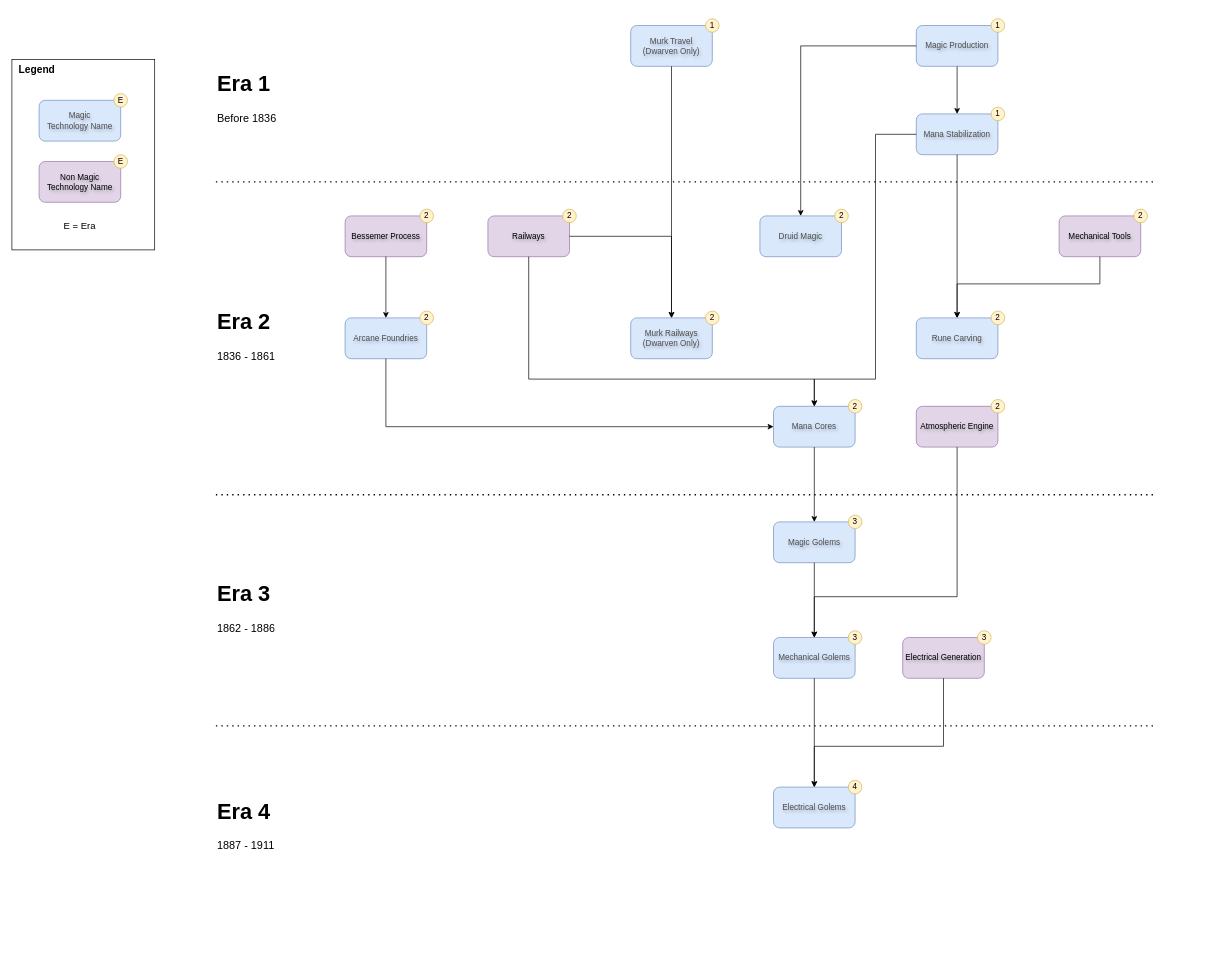
This is documentation/TECH_TREE_PRODUCTION.drawio from kaiser-chris/gate-mod, a draw.io file, before an edit. Source tidied: cells renumbered, new cells numbered last; positions are measured from the earlier drawing's top-left corner, leaving out a move shared by most shapes. Both pictures are drawn from the tidied source at 68%, with x=0, y=0 at pixel (12, 18).
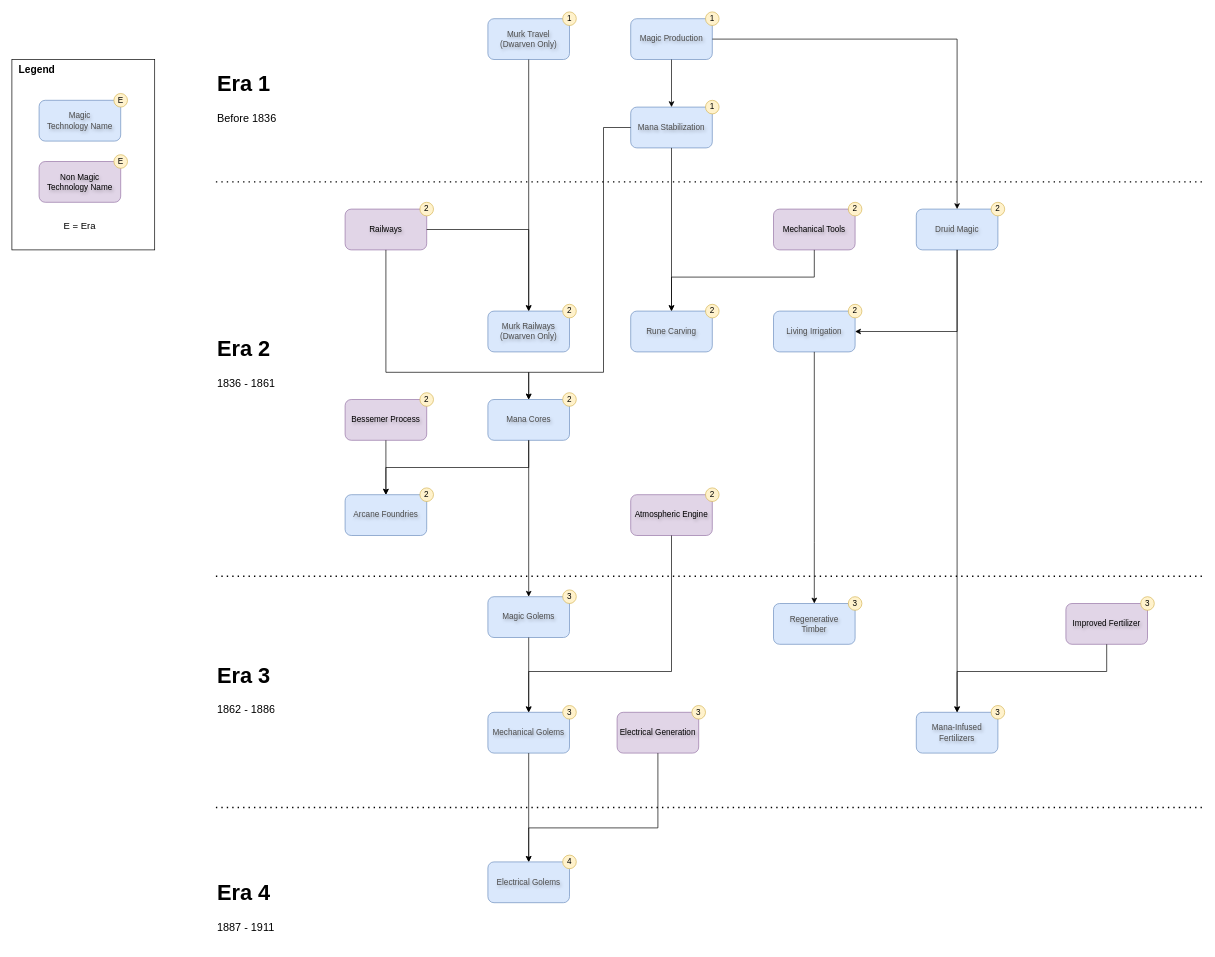
After the change.

Commit message (it also covers changes not shown here):
Added missing mana propagation to Crete

The change refers to these unchanged cells:
```xml
<mxCell id="7" value="Mana Stabilization" style="rounded=1;whiteSpace=wrap;html=1;fillColor=#dae8fc;strokeColor=#6c8ebf;textShadow=1;fontColor=light-dark(#4D4D4D, #000000);" parent="6" vertex="1">
  <mxGeometry y="10" width="120" height="60" as="geometry" />
</mxCell>
<mxCell id="10" value="Rune Carving" style="rounded=1;whiteSpace=wrap;html=1;fillColor=#dae8fc;strokeColor=#6c8ebf;textShadow=1;fontColor=light-dark(#4D4D4D, #000000);" parent="9" vertex="1">
  <mxGeometry y="10" width="120" height="60" as="geometry" />
</mxCell>
<mxCell id="13" value="Druid Magic" style="rounded=1;whiteSpace=wrap;html=1;fillColor=#dae8fc;strokeColor=#6c8ebf;textShadow=1;fontColor=light-dark(#4D4D4D, #000000);" parent="12" vertex="1">
  <mxGeometry y="10" width="120" height="60" as="geometry" />
</mxCell>
<mxCell id="16" value="Mana Cores" style="rounded=1;whiteSpace=wrap;html=1;fillColor=#dae8fc;strokeColor=#6c8ebf;textShadow=1;fontColor=light-dark(#4D4D4D, #000000);" parent="15" vertex="1">
  <mxGeometry y="10" width="120" height="60" as="geometry" />
</mxCell>
<mxCell id="22" value="Mechanical Golems" style="rounded=1;whiteSpace=wrap;html=1;fillColor=#dae8fc;strokeColor=#6c8ebf;textShadow=1;fontColor=light-dark(#4D4D4D, #000000);" parent="21" vertex="1">
  <mxGeometry y="10" width="120" height="60" as="geometry" />
</mxCell>
<mxCell id="28" value="Electrical Golems" style="rounded=1;whiteSpace=wrap;html=1;fillColor=#dae8fc;strokeColor=#6c8ebf;textShadow=1;fontColor=light-dark(#4D4D4D, #000000);" parent="27" vertex="1">
  <mxGeometry y="10" width="120" height="60" as="geometry" />
</mxCell>
<mxCell id="33" value="Mechanical Tools" style="rounded=1;whiteSpace=wrap;html=1;fillColor=#e1d5e7;strokeColor=#9673a6;textShadow=1;fontColor=#000000;" parent="32" vertex="1">
  <mxGeometry y="10" width="120" height="60" as="geometry" />
</mxCell>
<mxCell id="42" value="Railways" style="rounded=1;whiteSpace=wrap;html=1;fillColor=#e1d5e7;strokeColor=#9673a6;textShadow=1;fontColor=#000000;" parent="41" vertex="1">
  <mxGeometry y="10" width="120" height="60" as="geometry" />
</mxCell>
<mxCell id="50" value="Atmospheric Engine" style="rounded=1;whiteSpace=wrap;html=1;fillColor=#e1d5e7;strokeColor=#9673a6;textShadow=1;fontColor=#000000;" parent="49" vertex="1">
  <mxGeometry y="10" width="120" height="60" as="geometry" />
</mxCell>
<mxCell id="55" value="Electrical Generation" style="rounded=1;whiteSpace=wrap;html=1;fillColor=#e1d5e7;strokeColor=#9673a6;textShadow=1;fontColor=#000000;" parent="54" vertex="1">
  <mxGeometry y="10" width="120" height="60" as="geometry" />
</mxCell>
<mxCell id="68" value="Arcane Foundries" style="rounded=1;whiteSpace=wrap;html=1;fillColor=#dae8fc;strokeColor=#6c8ebf;textShadow=1;fontColor=light-dark(#4D4D4D, #000000);" parent="67" vertex="1">
  <mxGeometry y="10" width="120" height="60" as="geometry" />
</mxCell>
```

What changed in the source:
```diff
@@
     <mxCell id="3" style="group;" parent="1" vertex="1">
-      <mxGeometry x="1330" width="130" height="70" as="geometry" />
+      <mxGeometry x="910" y="-10" width="130" height="70" as="geometry" />
     </mxCell>
@@
     <mxCell id="6" style="group;" parent="1" vertex="1">
-      <mxGeometry x="1330" y="130" width="130" height="70" as="geometry" />
+      <mxGeometry x="910" y="120" width="130" height="70" as="geometry" />
     </mxCell>
@@
     <mxCell id="9" style="group;" parent="1" vertex="1">
-      <mxGeometry x="1330" y="430" width="130" height="70" as="geometry" />
+      <mxGeometry x="910" y="420" width="130" height="70" as="geometry" />
     </mxCell>
@@
     <mxCell id="12" style="group;" parent="1" vertex="1">
-      <mxGeometry x="1100" y="280" width="130" height="70" as="geometry" />
+      <mxGeometry x="1330" y="270" width="130" height="70" as="geometry" />
     </mxCell>
@@
     <mxCell id="15" style="group;" parent="1" vertex="1">
-      <mxGeometry x="1120" y="560" width="130" height="70" as="geometry" />
+      <mxGeometry x="700" y="550" width="130" height="70" as="geometry" />
     </mxCell>
@@
     <mxCell id="18" style="group;" parent="1" vertex="1">
-      <mxGeometry x="910" y="430" width="130" height="70" as="geometry" />
+      <mxGeometry x="700" y="420" width="130" height="70" as="geometry" />
     </mxCell>
@@
     <mxCell id="21" style="group;" parent="1" vertex="1">
-      <mxGeometry x="1120" y="900" width="130" height="70" as="geometry" />
+      <mxGeometry x="700" y="1010" width="130" height="70" as="geometry" />
     </mxCell>
@@
     <mxCell id="24" style="group;" parent="1" vertex="1">
-      <mxGeometry x="1120" y="730" width="130" height="70" as="geometry" />
+      <mxGeometry x="700" y="840" width="130" height="70" as="geometry" />
     </mxCell>
@@
     <mxCell id="27" style="group;" parent="1" vertex="1">
-      <mxGeometry x="1120" y="1120" width="130" height="70" as="geometry" />
+      <mxGeometry x="700" y="1230" width="130" height="70" as="geometry" />
     </mxCell>
@@
     <mxCell id="32" style="group;" parent="1" vertex="1">
-      <mxGeometry x="1540" y="280" width="130" height="70" as="geometry" />
+      <mxGeometry x="1120" y="270" width="130" height="70" as="geometry" />
     </mxCell>
@@
     <mxCell id="35" style="edgeStyle=orthogonalEdgeStyle;rounded=0;jettySize=auto;html=1;entryX=0.5;entryY=0;entryDx=0;entryDy=0;exitX=0.5;exitY=1;exitDx=0;exitDy=0;" parent="1" edge="1" source="33" target="10">
       <mxGeometry relative="1" as="geometry">
         <Array as="points">
-          <mxPoint x="1600" y="390" />
-          <mxPoint x="1390" y="390" />
+          <mxPoint x="1180" y="380" />
+          <mxPoint x="970" y="380" />
         </Array>
       </mxGeometry>
     </mxCell>
     <mxCell id="36" style="group;" parent="1" vertex="1">
-      <mxGeometry x="910" width="130" height="70" as="geometry" />
+      <mxGeometry x="700" y="-10" width="130" height="70" as="geometry" />
     </mxCell>
@@
     <mxCell id="41" style="group;" parent="1" vertex="1">
-      <mxGeometry x="700" y="280" width="130" height="70" as="geometry" />
+      <mxGeometry x="490" y="270" width="130" height="70" as="geometry" />
     </mxCell>
@@
     <mxCell id="45" style="edgeStyle=orthogonalEdgeStyle;rounded=0;jettySize=auto;html=1;entryX=0.5;entryY=0;entryDx=0;entryDy=0;exitX=0;exitY=0.5;exitDx=0;exitDy=0;" parent="1" edge="1" source="7" target="16">
       <mxGeometry relative="1" as="geometry">
         <Array as="points">
-          <mxPoint x="1270" y="170" />
-          <mxPoint x="1270" y="530" />
-          <mxPoint x="1180" y="530" />
+          <mxPoint x="870" y="160" />
+          <mxPoint x="870" y="520" />
+          <mxPoint x="760" y="520" />
         </Array>
       </mxGeometry>
     </mxCell>
     <mxCell id="46" style="edgeStyle=orthogonalEdgeStyle;rounded=0;jettySize=auto;html=1;exitX=0.5;exitY=1;exitDx=0;exitDy=0;" parent="1" edge="1" source="42" target="16">
       <mxGeometry relative="1" as="geometry">
         <Array as="points">
-          <mxPoint x="760" y="530" />
-          <mxPoint x="1180" y="530" />
+          <mxPoint x="550" y="520" />
+          <mxPoint x="760" y="520" />
         </Array>
       </mxGeometry>
     </mxCell>
@@
     <mxCell id="49" style="group;" parent="1" vertex="1">
-      <mxGeometry x="1330" y="560" width="130" height="70" as="geometry" />
+      <mxGeometry x="910" y="690" width="130" height="70" as="geometry" />
     </mxCell>
@@
     <mxCell id="52" style="edgeStyle=orthogonalEdgeStyle;rounded=0;jettySize=auto;html=1;entryX=0.5;entryY=0;entryDx=0;entryDy=0;exitX=0.5;exitY=1;exitDx=0;exitDy=0;" parent="1" edge="1" source="50" target="22">
       <mxGeometry relative="1" as="geometry">
         <Array as="points">
-          <mxPoint x="1390" y="850" />
-          <mxPoint x="1180" y="850" />
+          <mxPoint x="970" y="960" />
+          <mxPoint x="760" y="960" />
         </Array>
       </mxGeometry>
     </mxCell>
@@
     <mxCell id="54" style="group;" parent="1" vertex="1">
-      <mxGeometry x="1310" y="900" width="130" height="70" as="geometry" />
+      <mxGeometry x="890" y="1010" width="130" height="70" as="geometry" />
     </mxCell>
@@
     <mxCell id="57" style="endArrow=none;dashed=1;html=1;dashPattern=1 3;strokeWidth=2;rounded=0;" parent="1" edge="1">
       <mxGeometry relative="1" as="geometry">
         <mxPoint x="300" y="240" as="sourcePoint" />
-        <mxPoint x="1680" y="240" as="targetPoint" />
+        <mxPoint x="1750" y="240" as="targetPoint" />
       </mxGeometry>
     </mxCell>
     <mxCell id="58" style="endArrow=none;dashed=1;html=1;dashPattern=1 3;strokeWidth=2;rounded=0;" parent="1" edge="1">
       <mxGeometry relative="1" as="geometry">
-        <mxPoint x="300" y="700" as="sourcePoint" />
-        <mxPoint x="1680" y="700" as="targetPoint" />
+        <mxPoint x="300" y="820" as="sourcePoint" />
+        <mxPoint x="1750" y="820" as="targetPoint" />
       </mxGeometry>
     </mxCell>
     <mxCell id="59" style="endArrow=none;dashed=1;html=1;dashPattern=1 3;strokeWidth=2;rounded=0;" parent="1" edge="1">
       <mxGeometry relative="1" as="geometry">
-        <mxPoint x="300" y="1040" as="sourcePoint" />
-        <mxPoint x="1680" y="1040" as="targetPoint" />
+        <mxPoint x="300" y="1160" as="sourcePoint" />
+        <mxPoint x="1750" y="1160" as="targetPoint" />
       </mxGeometry>
     </mxCell>
     <mxCell id="60" value="&lt;h1 style=&quot;margin-top: 0px;&quot;&gt;&lt;span style=&quot;background-color: transparent; color: light-dark(rgb(0, 0, 0), rgb(255, 255, 255));&quot;&gt;Era 2&lt;/span&gt;&lt;br&gt;&lt;/h1&gt;&lt;div&gt;&lt;span style=&quot;background-color: transparent;&quot;&gt;1836 - 1861&lt;br&gt;&lt;/span&gt;&lt;/div&gt;" style="text;html=1;whiteSpace=wrap;overflow=hidden;rounded=0;fontSize=16;" parent="1" vertex="1">
-      <mxGeometry x="300" y="420" width="110" height="100" as="geometry" />
+      <mxGeometry x="300" y="460" width="110" height="100" as="geometry" />
     </mxCell>
@@
     <mxCell id="62" value="&lt;h1 style=&quot;margin-top: 0px;&quot;&gt;&lt;span style=&quot;background-color: transparent; color: light-dark(rgb(0, 0, 0), rgb(255, 255, 255));&quot;&gt;Era 3&lt;/span&gt;&lt;br&gt;&lt;/h1&gt;&lt;div&gt;&lt;span style=&quot;background-color: transparent;&quot;&gt;1862 - 1886&lt;br&gt;&lt;/span&gt;&lt;/div&gt;" style="text;html=1;whiteSpace=wrap;overflow=hidden;rounded=0;fontSize=16;" parent="1" vertex="1">
-      <mxGeometry x="300" y="820" width="110" height="100" as="geometry" />
+      <mxGeometry x="300" y="940" width="110" height="100" as="geometry" />
     </mxCell>
     <mxCell id="63" value="&lt;h1 style=&quot;margin-top: 0px;&quot;&gt;&lt;span style=&quot;background-color: transparent; color: light-dark(rgb(0, 0, 0), rgb(255, 255, 255));&quot;&gt;Era 4&lt;/span&gt;&lt;br&gt;&lt;/h1&gt;&lt;div&gt;&lt;span style=&quot;background-color: transparent;&quot;&gt;1887 - 1911&lt;br&gt;&lt;/span&gt;&lt;/div&gt;" style="text;html=1;whiteSpace=wrap;overflow=hidden;rounded=0;fontSize=16;" parent="1" vertex="1">
-      <mxGeometry x="300" y="1140" width="110" height="100" as="geometry" />
+      <mxGeometry x="300" y="1260" width="110" height="100" as="geometry" />
     </mxCell>
@@
     <mxCell id="67" style="group;" parent="1" vertex="1">
-      <mxGeometry x="490" y="430" width="130" height="70" as="geometry" />
+      <mxGeometry x="490" y="690" width="130" height="70" as="geometry" />
     </mxCell>
@@
-    <mxCell id="70" style="edgeStyle=orthogonalEdgeStyle;rounded=0;jettySize=auto;html=1;entryX=0;entryY=0.5;entryDx=0;entryDy=0;exitX=0.5;exitY=1;exitDx=0;exitDy=0;" parent="1" edge="1" source="68" target="16">
-      <mxGeometry relative="1" as="geometry" />
-    </mxCell>
     <mxCell id="71" style="group;" parent="1" vertex="1">
-      <mxGeometry x="490" y="280" width="130" height="70" as="geometry" />
+      <mxGeometry x="490" y="550" width="130" height="70" as="geometry" />
     </mxCell>
@@
     <mxCell id="79" style="edgeStyle=orthogonalEdgeStyle;rounded=0;jettySize=auto;html=1;entryX=0.5;entryY=0;entryDx=0;entryDy=0;" parent="1" edge="1" source="55" target="28">
       <mxGeometry relative="1" as="geometry">
         <Array as="points">
-          <mxPoint x="1370" y="1070" />
-          <mxPoint x="1180" y="1070" />
+          <mxPoint x="950" y="1190" />
+          <mxPoint x="760" y="1190" />
         </Array>
       </mxGeometry>
     </mxCell>
+    <mxCell id="80" style="edgeStyle=orthogonalEdgeStyle;rounded=0;jettySize=auto;html=1;entryX=0.5;entryY=0;entryDx=0;entryDy=0;" parent="1" edge="1" source="16" target="68">
+      <mxGeometry relative="1" as="geometry">
+        <Array as="points">
+          <mxPoint x="760" y="660" />
+          <mxPoint x="550" y="660" />
+        </Array>
+      </mxGeometry>
+    </mxCell>
+    <mxCell id="81" style="group;" parent="1" vertex="1">
+      <mxGeometry x="1330" y="1010" width="130" height="70" as="geometry" />
+    </mxCell>
+    <mxCell id="82" value="Mana-Infused Fertilizers" style="rounded=1;whiteSpace=wrap;html=1;fillColor=#dae8fc;strokeColor=#6c8ebf;textShadow=1;fontColor=light-dark(#4D4D4D, #000000);" parent="81" vertex="1">
+      <mxGeometry y="10" width="120" height="60" as="geometry" />
+    </mxCell>
+    <mxCell id="83" value="3" style="ellipse;whiteSpace=wrap;html=1;fillColor=#fff2cc;strokeColor=#d6b656;fontColor=#000000;" parent="81" vertex="1">
+      <mxGeometry x="110" width="20" height="20" as="geometry" />
+    </mxCell>
+    <mxCell id="84" style="edgeStyle=orthogonalEdgeStyle;rounded=0;jettySize=auto;html=1;" parent="1" edge="1" source="13" target="82">
+      <mxGeometry relative="1" as="geometry" />
+    </mxCell>
+    <mxCell id="85" style="group;" parent="1" vertex="1">
+      <mxGeometry x="1550" y="850" width="130" height="70" as="geometry" />
+    </mxCell>
+    <mxCell id="86" value="Improved Fertilizer" style="rounded=1;whiteSpace=wrap;html=1;fillColor=#e1d5e7;strokeColor=#9673a6;textShadow=1;fontColor=#000000;" parent="85" vertex="1">
+      <mxGeometry y="10" width="120" height="60" as="geometry" />
+    </mxCell>
+    <mxCell id="87" value="3" style="ellipse;whiteSpace=wrap;html=1;fillColor=#fff2cc;strokeColor=#d6b656;fontColor=#000000;" parent="85" vertex="1">
+      <mxGeometry x="110" width="20" height="20" as="geometry" />
+    </mxCell>
+    <mxCell id="88" style="edgeStyle=orthogonalEdgeStyle;rounded=0;jettySize=auto;html=1;entryX=0.5;entryY=0;entryDx=0;entryDy=0;" parent="1" edge="1" source="86" target="82">
+      <mxGeometry relative="1" as="geometry">
+        <Array as="points">
+          <mxPoint x="1610" y="960" />
+          <mxPoint x="1390" y="960" />
+        </Array>
+      </mxGeometry>
+    </mxCell>
+    <mxCell id="89" style="group;" parent="1" vertex="1">
+      <mxGeometry x="1120" y="420" width="130" height="70" as="geometry" />
+    </mxCell>
+    <mxCell id="90" value="Living Irrigation" style="rounded=1;whiteSpace=wrap;html=1;fillColor=#dae8fc;strokeColor=#6c8ebf;textShadow=1;fontColor=light-dark(#4D4D4D, #000000);" parent="89" vertex="1">
+      <mxGeometry y="10" width="120" height="60" as="geometry" />
+    </mxCell>
+    <mxCell id="91" value="2" style="ellipse;whiteSpace=wrap;html=1;fillColor=#fff2cc;strokeColor=#d6b656;fontColor=#000000;" parent="89" vertex="1">
+      <mxGeometry x="110" width="20" height="20" as="geometry" />
+    </mxCell>
+    <mxCell id="92" style="edgeStyle=orthogonalEdgeStyle;rounded=0;jettySize=auto;html=1;entryX=1;entryY=0.5;entryDx=0;entryDy=0;" parent="1" edge="1" source="13" target="90">
+      <mxGeometry relative="1" as="geometry">
+        <Array as="points">
+          <mxPoint x="1390" y="460" />
+        </Array>
+      </mxGeometry>
+    </mxCell>
+    <mxCell id="93" style="group;" parent="1" vertex="1">
+      <mxGeometry x="1120" y="850" width="130" height="70" as="geometry" />
+    </mxCell>
+    <mxCell id="94" value="Regenerative&lt;div&gt;Timber&lt;/div&gt;" style="rounded=1;whiteSpace=wrap;html=1;fillColor=#dae8fc;strokeColor=#6c8ebf;textShadow=1;fontColor=light-dark(#4D4D4D, #000000);" parent="93" vertex="1">
+      <mxGeometry y="10" width="120" height="60" as="geometry" />
+    </mxCell>
+    <mxCell id="95" value="3" style="ellipse;whiteSpace=wrap;html=1;fillColor=#fff2cc;strokeColor=#d6b656;fontColor=#000000;" parent="93" vertex="1">
+      <mxGeometry x="110" width="20" height="20" as="geometry" />
+    </mxCell>
+    <mxCell id="96" style="edgeStyle=orthogonalEdgeStyle;rounded=0;jettySize=auto;html=1;" parent="1" edge="1" source="90" target="94">
+      <mxGeometry relative="1" as="geometry">
+        <Array as="points">
+          <mxPoint x="1180" y="770" />
+          <mxPoint x="1180" y="770" />
+        </Array>
+      </mxGeometry>
+    </mxCell>
```
